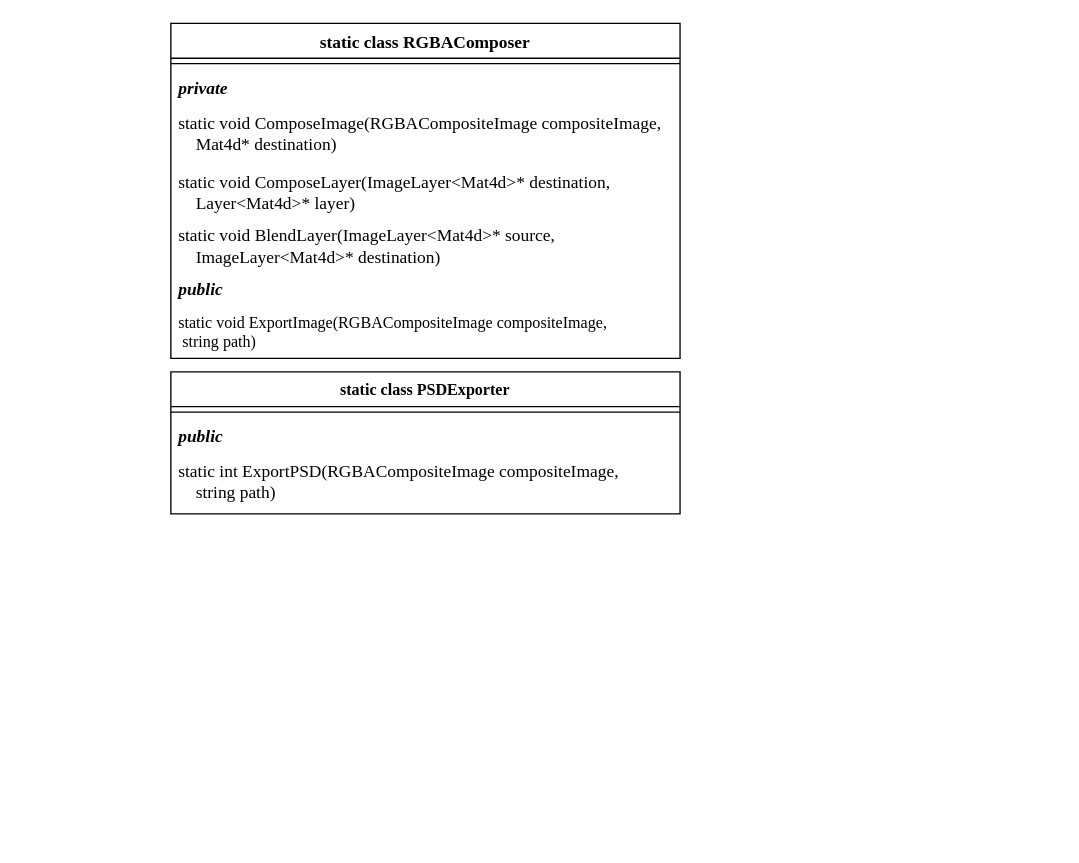
Above: page "Exporters" (8 of 9) of Docs/Class diagrams.drawio in SpatiumOwl/ComplexSky-2.0 (draw.io), before the change. Source tidied: cells renumbered, new cells numbered last; positions are measured from the earlier drawing's top-left corner, leaving out a move shared by most shapes. Both pictures are drawn from the tidied source at 134%, with x=0, y=0 at pixel (170, 23).
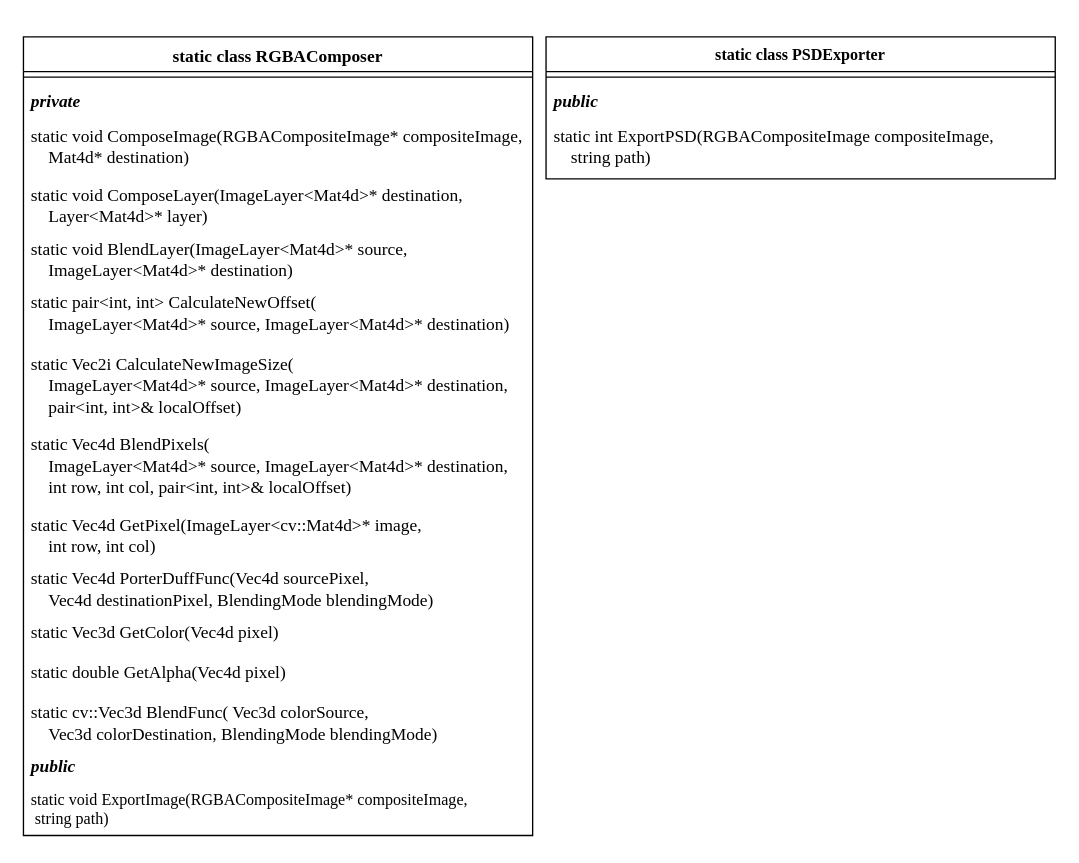
The same diagram, later.

What changed in the source:
```diff
@@
     <mxCell id="2" value="static class RGBAComposer" style="swimlane;fontStyle=1;align=center;verticalAlign=top;horizontal=1;startSize=26;fontFamily=Times New Roman;fontSize=13;" parent="1" vertex="1">
-      <mxGeometry width="380" height="250" as="geometry" />
+      <mxGeometry x="-110" y="10" width="380" height="596" as="geometry" />
     </mxCell>
@@
-    <mxCell id="5" value="static void ComposeImage(RGBACompositeImage compositeImage,&#10;    Mat4d* destination)" style="text;strokeColor=none;fillColor=none;align=left;verticalAlign=top;spacingLeft=4;spacingRight=4;overflow=hidden;fontFamily=Times New Roman;fontSize=13;" parent="2" vertex="1">
+    <mxCell id="5" value="static void ComposeImage(RGBACompositeImage* compositeImage,&#10;    Mat4d* destination)" style="text;strokeColor=none;fillColor=none;align=left;verticalAlign=top;spacingLeft=4;spacingRight=4;overflow=hidden;fontFamily=Times New Roman;fontSize=13;" parent="2" vertex="1">
       <mxGeometry y="60" width="380" height="44" as="geometry" />
     </mxCell>
@@
+    <mxCell id="14" value="static pair&lt;int, int&gt; CalculateNewOffset(&#10;    ImageLayer&lt;Mat4d&gt;* source, ImageLayer&lt;Mat4d&gt;* destination)" style="text;strokeColor=none;fillColor=none;align=left;verticalAlign=top;spacingLeft=4;spacingRight=4;overflow=hidden;fontFamily=Times New Roman;fontSize=13;" parent="2" vertex="1">
+      <mxGeometry y="184" width="380" height="46" as="geometry" />
+    </mxCell>
+    <mxCell id="15" value="static Vec2i CalculateNewImageSize(&#10;    ImageLayer&lt;Mat4d&gt;* source, ImageLayer&lt;Mat4d&gt;* destination,&#10;    pair&lt;int, int&gt;&amp; localOffset)" style="text;strokeColor=none;fillColor=none;align=left;verticalAlign=top;spacingLeft=4;spacingRight=4;overflow=hidden;fontFamily=Times New Roman;fontSize=13;" parent="2" vertex="1">
+      <mxGeometry y="230" width="380" height="60" as="geometry" />
+    </mxCell>
+    <mxCell id="16" value="static Vec4d BlendPixels(&#10;    ImageLayer&lt;Mat4d&gt;* source, ImageLayer&lt;Mat4d&gt;* destination,&#10;        int row, int col, pair&lt;int, int&gt;&amp; localOffset)" style="text;strokeColor=none;fillColor=none;align=left;verticalAlign=top;spacingLeft=4;spacingRight=4;overflow=hidden;fontFamily=Times New Roman;fontSize=13;" parent="2" vertex="1">
+      <mxGeometry y="290" width="380" height="60" as="geometry" />
+    </mxCell>
+    <mxCell id="17" value="static Vec4d GetPixel(ImageLayer&lt;cv::Mat4d&gt;* image,&#10;        int row, int col)" style="text;strokeColor=none;fillColor=none;align=left;verticalAlign=top;spacingLeft=4;spacingRight=4;overflow=hidden;fontFamily=Times New Roman;fontSize=13;" parent="2" vertex="1">
+      <mxGeometry y="350" width="380" height="40" as="geometry" />
+    </mxCell>
+    <mxCell id="18" value="static Vec4d PorterDuffFunc(Vec4d sourcePixel, &#10;    Vec4d destinationPixel, BlendingMode blendingMode)" style="text;strokeColor=none;fillColor=none;align=left;verticalAlign=top;spacingLeft=4;spacingRight=4;overflow=hidden;fontFamily=Times New Roman;fontSize=13;" parent="2" vertex="1">
+      <mxGeometry y="390" width="380" height="40" as="geometry" />
+    </mxCell>
+    <mxCell id="19" value="static Vec3d GetColor(Vec4d pixel)" style="text;strokeColor=none;fillColor=none;align=left;verticalAlign=top;spacingLeft=4;spacingRight=4;overflow=hidden;fontFamily=Times New Roman;fontSize=13;" parent="2" vertex="1">
+      <mxGeometry y="430" width="380" height="30" as="geometry" />
+    </mxCell>
+    <mxCell id="20" value="static double GetAlpha(Vec4d pixel)" style="text;strokeColor=none;fillColor=none;align=left;verticalAlign=top;spacingLeft=4;spacingRight=4;overflow=hidden;fontFamily=Times New Roman;fontSize=13;" parent="2" vertex="1">
+      <mxGeometry y="460" width="380" height="30" as="geometry" />
+    </mxCell>
+    <mxCell id="21" value="static cv::Vec3d BlendFunc( Vec3d colorSource, &#10;    Vec3d colorDestination, BlendingMode blendingMode)" style="text;strokeColor=none;fillColor=none;align=left;verticalAlign=top;spacingLeft=4;spacingRight=4;overflow=hidden;fontFamily=Times New Roman;fontSize=13;" parent="2" vertex="1">
+      <mxGeometry y="490" width="380" height="40" as="geometry" />
+    </mxCell>
     <mxCell id="8" value="public" style="text;strokeColor=none;fillColor=none;align=left;verticalAlign=top;spacingLeft=4;spacingRight=4;overflow=hidden;fontStyle=3;fontFamily=Times New Roman;fontSize=13;" parent="2" vertex="1">
-      <mxGeometry y="184" width="380" height="26" as="geometry" />
+      <mxGeometry y="530" width="380" height="26" as="geometry" />
     </mxCell>
-    <mxCell id="9" value="static void ExportImage(RGBACompositeImage compositeImage, &lt;br&gt;&lt;span style=&quot;white-space: pre;&quot;&gt; &lt;/span&gt;string path)" style="text;strokeColor=none;fillColor=none;align=left;verticalAlign=top;spacingLeft=4;spacingRight=4;overflow=hidden;whiteSpace=wrap;html=1;fontFamily=Times New Roman;" parent="2" vertex="1">
-      <mxGeometry y="210" width="380" height="40" as="geometry" />
+    <mxCell id="9" value="static void ExportImage(RGBACompositeImage* compositeImage, &lt;br&gt;&lt;span style=&quot;white-space: pre;&quot;&gt; &lt;/span&gt;string path)" style="text;strokeColor=none;fillColor=none;align=left;verticalAlign=top;spacingLeft=4;spacingRight=4;overflow=hidden;whiteSpace=wrap;html=1;fontFamily=Times New Roman;" parent="2" vertex="1">
+      <mxGeometry y="556" width="380" height="40" as="geometry" />
     </mxCell>
     <mxCell id="10" value="static class PSDExporter" style="swimlane;fontStyle=1;align=center;verticalAlign=top;horizontal=1;startSize=26;whiteSpace=wrap;html=1;fontFamily=Times New Roman;" parent="1" vertex="1">
-      <mxGeometry y="260" width="380" height="106" as="geometry" />
+      <mxGeometry x="280" y="10" width="380" height="106" as="geometry" />
     </mxCell>
```
